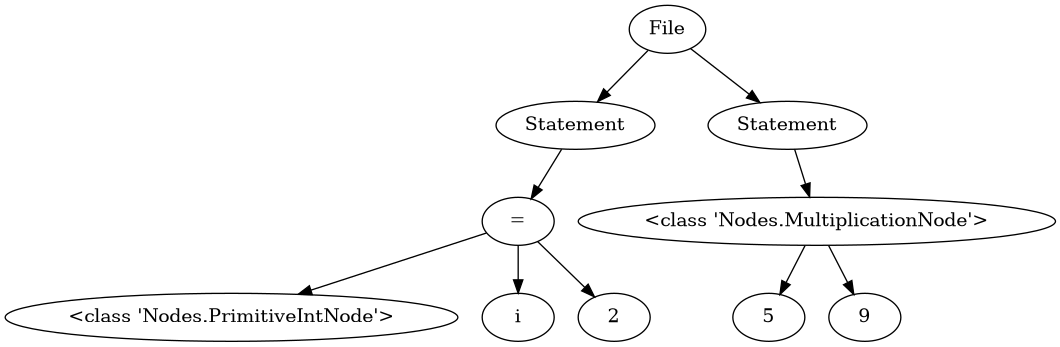
The Graphviz diagram src/output.png in LarsDeLeeuw/Compilers, before a commit. Its source is kept beside it as src/output.dot.
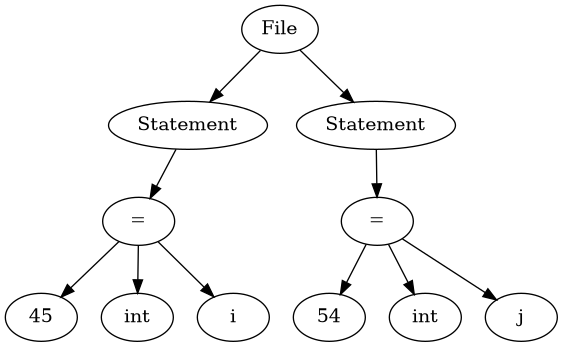
After the commit.

The edit, as a diff of the source:
```diff
@@ -1,13 +1,14 @@
 digraph {n0 [label="File"];
 n1 [label="Statement"];
 n2 [label="="];
-n3 [label="<class 'Nodes.PrimitiveIntNode'>"];
-n4 [label="i"];
-n5 [label="2"];
+n3 [label="45"];
+n4 [label="int"];
+n5 [label="i"];
 n6 [label="Statement"];
-n7 [label="<class 'Nodes.MultiplicationNode'>"];
-n8 [label="5"];
-n9 [label="9"];
+n7 [label="="];
+n8 [label="54"];
+n9 [label="int"];
+n10 [label="j"];
 n0 -> n1
 n1 -> n2
 n2 -> n3
@@ -17,4 +18,5 @@
 n6 -> n7
 n7 -> n8
 n7 -> n9
+n7 -> n10
 }
```
